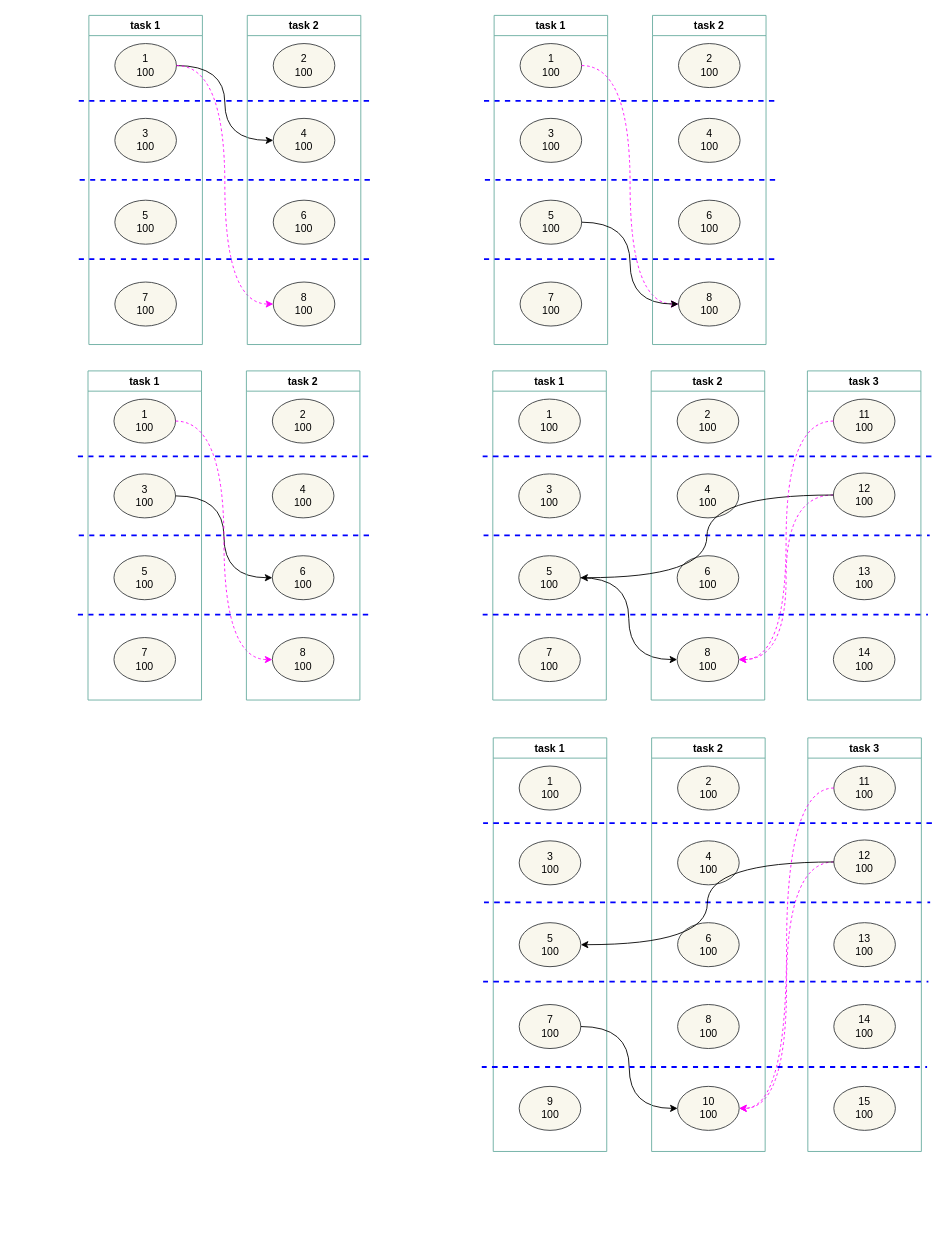
Dercury/CLDK keeps this draw.io diagram as SimplifyDependency.drawio. Above is the earlier version. Source tidied: cells renumbered, new cells numbered last; positions are measured from the earlier drawing's top-left corner, leaving out a move shared by most shapes. Both pictures are drawn from the tidied source at 88%, with x=0, y=0 at pixel (77, 15).
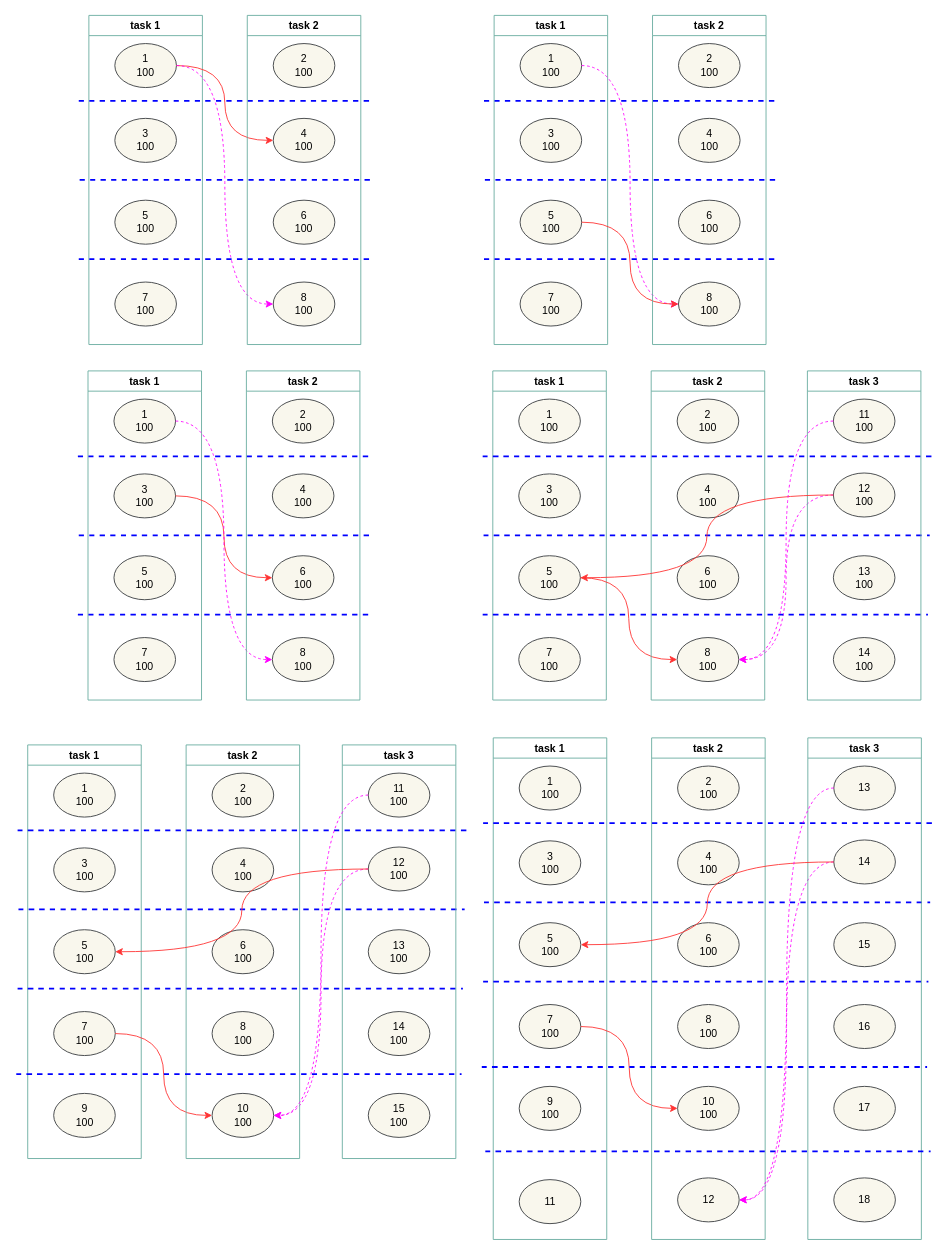
After the change.

The change refers to these unchanged cells:
```xml
<mxCell id="3" value="1&lt;br&gt;100" style="ellipse;whiteSpace=wrap;html=1;fillColor=#f9f7ed;strokeColor=#36393d;" parent="2" vertex="1">
  <mxGeometry x="29.5" y="32" width="70" height="50" as="geometry" />
</mxCell>
<mxCell id="14" value="4&lt;br&gt;100" style="ellipse;whiteSpace=wrap;html=1;fillColor=#f9f7ed;strokeColor=#36393d;" parent="12" vertex="1">
  <mxGeometry x="29.5" y="117" width="70" height="50" as="geometry" />
</mxCell>
<mxCell id="20" value="5&lt;br&gt;100" style="ellipse;whiteSpace=wrap;html=1;fillColor=#f9f7ed;strokeColor=#36393d;" parent="17" vertex="1">
  <mxGeometry x="29.5" y="210" width="70" height="50" as="geometry" />
</mxCell>
<mxCell id="31" value="8&lt;br&gt;100" style="ellipse;whiteSpace=wrap;html=1;fillColor=#f9f7ed;strokeColor=#36393d;" parent="27" vertex="1">
  <mxGeometry x="29.5" y="303" width="70" height="50" as="geometry" />
</mxCell>
<mxCell id="35" value="5&lt;br&gt;100" style="ellipse;whiteSpace=wrap;html=1;fillColor=#f9f7ed;strokeColor=#36393d;" parent="32" vertex="1">
  <mxGeometry x="29.5" y="210" width="70" height="50" as="geometry" />
</mxCell>
<mxCell id="46" value="8&lt;br&gt;100" style="ellipse;whiteSpace=wrap;html=1;fillColor=#f9f7ed;strokeColor=#36393d;" parent="42" vertex="1">
  <mxGeometry x="29.5" y="303" width="70" height="50" as="geometry" />
</mxCell>
<mxCell id="49" value="3&lt;br&gt;100" style="ellipse;whiteSpace=wrap;html=1;fillColor=#f9f7ed;strokeColor=#36393d;" parent="47" vertex="1">
  <mxGeometry x="29.5" y="117" width="70" height="50" as="geometry" />
</mxCell>
<mxCell id="60" value="6&lt;br&gt;100" style="ellipse;whiteSpace=wrap;html=1;fillColor=#f9f7ed;strokeColor=#36393d;" parent="57" vertex="1">
  <mxGeometry x="29.5" y="210" width="70" height="50" as="geometry" />
</mxCell>
<mxCell id="64" value="12&lt;br&gt;100" style="ellipse;whiteSpace=wrap;html=1;fillColor=#f9f7ed;strokeColor=#36393d;" parent="62" vertex="1">
  <mxGeometry x="29.5" y="116" width="70" height="50" as="geometry" />
</mxCell>
<mxCell id="72" value="5&lt;br&gt;100" style="ellipse;whiteSpace=wrap;html=1;fillColor=#f9f7ed;strokeColor=#36393d;" parent="69" vertex="1">
  <mxGeometry x="29.5" y="210" width="70" height="50" as="geometry" />
</mxCell>
<mxCell id="73" value="7&lt;br&gt;100" style="ellipse;whiteSpace=wrap;html=1;fillColor=#f9f7ed;strokeColor=#36393d;" parent="69" vertex="1">
  <mxGeometry x="29.5" y="303" width="70" height="50" as="geometry" />
</mxCell>
<mxCell id="85" value="10&lt;br&gt;100" style="ellipse;whiteSpace=wrap;html=1;fillColor=#f9f7ed;strokeColor=#36393d;" parent="80" vertex="1">
  <mxGeometry x="29.5" y="396" width="70" height="50" as="geometry" />
</mxCell>
```

Change to the diagram source:
```diff
@@
-    <mxCell id="7" style="edgeStyle=orthogonalEdgeStyle;curved=1;rounded=0;jettySize=auto;html=1;entryX=0;entryY=0.5;entryDx=0;entryDy=0;" parent="1" edge="1" source="3" target="14">
+    <mxCell id="7" style="edgeStyle=orthogonalEdgeStyle;curved=1;rounded=0;jettySize=auto;html=1;entryX=0;entryY=0.5;entryDx=0;entryDy=0;strokeColor=#FF3333;" parent="1" edge="1" source="3" target="14">
       <mxGeometry relative="1" as="geometry" />
     </mxCell>
@@
-    <mxCell id="23" style="edgeStyle=orthogonalEdgeStyle;curved=1;rounded=0;jettySize=auto;html=1;entryX=0;entryY=0.5;entryDx=0;entryDy=0;" parent="1" edge="1" source="20" target="31">
+    <mxCell id="23" style="edgeStyle=orthogonalEdgeStyle;curved=1;rounded=0;jettySize=auto;html=1;entryX=0;entryY=0.5;entryDx=0;entryDy=0;strokeColor=#FF3333;" parent="1" edge="1" source="20" target="31">
       <mxGeometry relative="1" as="geometry" />
     </mxCell>
@@
-    <mxCell id="38" style="edgeStyle=orthogonalEdgeStyle;curved=1;rounded=0;jettySize=auto;html=1;entryX=0;entryY=0.5;entryDx=0;entryDy=0;" parent="1" edge="1" source="35" target="46">
+    <mxCell id="38" style="edgeStyle=orthogonalEdgeStyle;curved=1;rounded=0;jettySize=auto;html=1;entryX=0;entryY=0.5;entryDx=0;entryDy=0;strokeColor=#FF3333;" parent="1" edge="1" source="35" target="46">
       <mxGeometry relative="1" as="geometry" />
     </mxCell>
@@
-    <mxCell id="52" style="edgeStyle=orthogonalEdgeStyle;curved=1;rounded=0;jettySize=auto;html=1;entryX=0;entryY=0.5;entryDx=0;entryDy=0;strokeColor=#000000;" parent="1" edge="1" source="49" target="60">
+    <mxCell id="52" style="edgeStyle=orthogonalEdgeStyle;curved=1;rounded=0;jettySize=auto;html=1;entryX=0;entryY=0.5;entryDx=0;entryDy=0;strokeColor=#FF3333;" parent="1" edge="1" source="49" target="60">
       <mxGeometry relative="1" as="geometry" />
     </mxCell>
@@
-    <mxCell id="67" style="edgeStyle=orthogonalEdgeStyle;rounded=0;jettySize=auto;html=1;exitX=0;exitY=0.5;exitDx=0;exitDy=0;shadow=0;sourcePerimeterSpacing=0;targetPerimeterSpacing=0;strokeColor=#000000;strokeWidth=1;fillColor=#A9C4EB;entryX=1;entryY=0.5;entryDx=0;entryDy=0;elbow=vertical;curved=1;" parent="1" edge="1" source="64" target="35">
+    <mxCell id="67" style="edgeStyle=orthogonalEdgeStyle;rounded=0;jettySize=auto;html=1;exitX=0;exitY=0.5;exitDx=0;exitDy=0;shadow=0;sourcePerimeterSpacing=0;targetPerimeterSpacing=0;strokeColor=#FF3333;strokeWidth=1;fillColor=#A9C4EB;entryX=1;entryY=0.5;entryDx=0;entryDy=0;elbow=vertical;curved=1;" parent="1" edge="1" source="64" target="35">
       <mxGeometry relative="1" as="geometry" />
     </mxCell>
@@
     <mxCell id="69" value="task 1" style="swimlane;fillColor=none;strokeColor=#67AB9F;" parent="1" vertex="1">
-      <mxGeometry x="472" y="821" width="129" height="470" as="geometry" />
+      <mxGeometry x="472" y="821" width="129" height="570" as="geometry" />
     </mxCell>
@@
+    <mxCell id="95" value="11" style="ellipse;whiteSpace=wrap;html=1;fillColor=#f9f7ed;strokeColor=#36393d;" parent="69" vertex="1">
+      <mxGeometry x="29.5" y="502" width="70" height="50" as="geometry" />
+    </mxCell>
-    <mxCell id="75" style="edgeStyle=orthogonalEdgeStyle;curved=1;rounded=0;jettySize=auto;html=1;entryX=1;entryY=0.5;entryDx=0;entryDy=0;strokeColor=#FF00FF;dashed=1;" parent="1" edge="1" source="88" target="85">
+    <mxCell id="75" style="edgeStyle=orthogonalEdgeStyle;curved=1;rounded=0;jettySize=auto;html=1;entryX=1;entryY=0.5;entryDx=0;entryDy=0;strokeColor=#FF00FF;dashed=1;" parent="1" edge="1" source="88" target="96">
       <mxGeometry relative="1" as="geometry" />
     </mxCell>
-    <mxCell id="76" style="edgeStyle=orthogonalEdgeStyle;curved=1;rounded=0;jettySize=auto;html=1;entryX=0;entryY=0.5;entryDx=0;entryDy=0;" parent="1" edge="1" source="73" target="85">
+    <mxCell id="76" style="edgeStyle=orthogonalEdgeStyle;curved=1;rounded=0;jettySize=auto;html=1;entryX=0;entryY=0.5;entryDx=0;entryDy=0;strokeColor=#FF3333;" parent="1" edge="1" source="73" target="85">
       <mxGeometry relative="1" as="geometry" />
     </mxCell>
@@
     <mxCell id="80" value="task 2" style="swimlane;fillColor=none;strokeColor=#67AB9F;" parent="1" vertex="1">
-      <mxGeometry x="652" y="821" width="129" height="470" as="geometry" />
+      <mxGeometry x="652" y="821" width="129" height="570" as="geometry" />
     </mxCell>
@@
+    <mxCell id="96" value="12" style="ellipse;whiteSpace=wrap;html=1;fillColor=#f9f7ed;strokeColor=#36393d;" parent="80" vertex="1">
+      <mxGeometry x="29.5" y="500" width="70" height="50" as="geometry" />
+    </mxCell>
     <mxCell id="86" value="task 3" style="swimlane;fillColor=none;strokeColor=#67AB9F;" parent="1" vertex="1">
-      <mxGeometry x="829.5" y="821" width="129" height="470" as="geometry" />
+      <mxGeometry x="829.5" y="821" width="129" height="570" as="geometry" />
     </mxCell>
-    <mxCell id="87" value="11&lt;br&gt;100" style="ellipse;whiteSpace=wrap;html=1;fillColor=#f9f7ed;strokeColor=#36393d;" parent="86" vertex="1">
+    <mxCell id="87" value="13" style="ellipse;whiteSpace=wrap;html=1;fillColor=#f9f7ed;strokeColor=#36393d;" parent="86" vertex="1">
       <mxGeometry x="29.5" y="32" width="70" height="50" as="geometry" />
     </mxCell>
-    <mxCell id="88" value="12&lt;br&gt;100" style="ellipse;whiteSpace=wrap;html=1;fillColor=#f9f7ed;strokeColor=#36393d;" parent="86" vertex="1">
+    <mxCell id="88" value="14" style="ellipse;whiteSpace=wrap;html=1;fillColor=#f9f7ed;strokeColor=#36393d;" parent="86" vertex="1">
       <mxGeometry x="29.5" y="116" width="70" height="50" as="geometry" />
     </mxCell>
-    <mxCell id="89" value="13&lt;br&gt;100" style="ellipse;whiteSpace=wrap;html=1;fillColor=#f9f7ed;strokeColor=#36393d;" parent="86" vertex="1">
+    <mxCell id="89" value="15" style="ellipse;whiteSpace=wrap;html=1;fillColor=#f9f7ed;strokeColor=#36393d;" parent="86" vertex="1">
       <mxGeometry x="29.5" y="210" width="70" height="50" as="geometry" />
     </mxCell>
-    <mxCell id="90" value="14&lt;br&gt;100" style="ellipse;whiteSpace=wrap;html=1;fillColor=#f9f7ed;strokeColor=#36393d;" parent="86" vertex="1">
+    <mxCell id="90" value="16" style="ellipse;whiteSpace=wrap;html=1;fillColor=#f9f7ed;strokeColor=#36393d;" parent="86" vertex="1">
       <mxGeometry x="29.5" y="303" width="70" height="50" as="geometry" />
     </mxCell>
-    <mxCell id="91" value="15&lt;br&gt;100" style="ellipse;whiteSpace=wrap;html=1;fillColor=#f9f7ed;strokeColor=#36393d;" parent="86" vertex="1">
+    <mxCell id="91" value="17" style="ellipse;whiteSpace=wrap;html=1;fillColor=#f9f7ed;strokeColor=#36393d;" parent="86" vertex="1">
       <mxGeometry x="29.5" y="396" width="70" height="50" as="geometry" />
     </mxCell>
+    <mxCell id="97" value="18" style="ellipse;whiteSpace=wrap;html=1;fillColor=#f9f7ed;strokeColor=#36393d;" parent="86" vertex="1">
+      <mxGeometry x="29.5" y="500" width="70" height="50" as="geometry" />
+    </mxCell>
-    <mxCell id="92" style="edgeStyle=orthogonalEdgeStyle;rounded=0;jettySize=auto;html=1;exitX=0;exitY=0.5;exitDx=0;exitDy=0;shadow=0;sourcePerimeterSpacing=0;targetPerimeterSpacing=0;strokeColor=#000000;strokeWidth=1;fillColor=#A9C4EB;entryX=1;entryY=0.5;entryDx=0;entryDy=0;elbow=vertical;curved=1;" parent="1" edge="1" source="88" target="72">
+    <mxCell id="92" style="edgeStyle=orthogonalEdgeStyle;rounded=0;jettySize=auto;html=1;exitX=0;exitY=0.5;exitDx=0;exitDy=0;shadow=0;sourcePerimeterSpacing=0;targetPerimeterSpacing=0;strokeColor=#FF3333;strokeWidth=1;fillColor=#A9C4EB;entryX=1;entryY=0.5;entryDx=0;entryDy=0;elbow=vertical;curved=1;" parent="1" edge="1" source="88" target="72">
       <mxGeometry relative="1" as="geometry" />
     </mxCell>
-    <mxCell id="93" style="edgeStyle=orthogonalEdgeStyle;curved=1;rounded=0;jettySize=auto;html=1;entryX=1;entryY=0.5;entryDx=0;entryDy=0;strokeColor=#FF00FF;dashed=1;exitX=0;exitY=0.5;exitDx=0;exitDy=0;" parent="1" edge="1" source="87" target="85">
-      <mxGeometry relative="1" as="geometry" />
-    </mxCell>
@@
+    <mxCell id="98" value="task 1" style="swimlane;fillColor=none;strokeColor=#67AB9F;" parent="1" vertex="1">
+      <mxGeometry x="-57" y="829" width="129" height="470" as="geometry" />
+    </mxCell>
+    <mxCell id="99" value="1&lt;br&gt;100" style="ellipse;whiteSpace=wrap;html=1;fillColor=#f9f7ed;strokeColor=#36393d;" parent="98" vertex="1">
+      <mxGeometry x="29.5" y="32" width="70" height="50" as="geometry" />
+    </mxCell>
+    <mxCell id="100" value="3&lt;br&gt;100" style="ellipse;whiteSpace=wrap;html=1;fillColor=#f9f7ed;strokeColor=#36393d;" parent="98" vertex="1">
+      <mxGeometry x="29.5" y="117" width="70" height="50" as="geometry" />
+    </mxCell>
+    <mxCell id="101" value="5&lt;br&gt;100" style="ellipse;whiteSpace=wrap;html=1;fillColor=#f9f7ed;strokeColor=#36393d;" parent="98" vertex="1">
+      <mxGeometry x="29.5" y="210" width="70" height="50" as="geometry" />
+    </mxCell>
+    <mxCell id="102" value="7&lt;br&gt;100" style="ellipse;whiteSpace=wrap;html=1;fillColor=#f9f7ed;strokeColor=#36393d;" parent="98" vertex="1">
+      <mxGeometry x="29.5" y="303" width="70" height="50" as="geometry" />
+    </mxCell>
+    <mxCell id="103" value="9&lt;br&gt;100" style="ellipse;whiteSpace=wrap;html=1;fillColor=#f9f7ed;strokeColor=#36393d;" parent="98" vertex="1">
+      <mxGeometry x="29.5" y="396" width="70" height="50" as="geometry" />
+    </mxCell>
+    <mxCell id="104" style="edgeStyle=orthogonalEdgeStyle;curved=1;rounded=0;jettySize=auto;html=1;entryX=1;entryY=0.5;entryDx=0;entryDy=0;strokeColor=#FF00FF;dashed=1;" parent="1" edge="1" source="117" target="114">
+      <mxGeometry relative="1" as="geometry" />
+    </mxCell>
+    <mxCell id="105" style="edgeStyle=orthogonalEdgeStyle;curved=1;rounded=0;jettySize=auto;html=1;entryX=0;entryY=0.5;entryDx=0;entryDy=0;strokeColor=#FF3333;" parent="1" edge="1" source="102" target="114">
+      <mxGeometry relative="1" as="geometry" />
+    </mxCell>
+    <mxCell id="106" style="endArrow=none;html=1;rounded=0;curved=1;dashed=1;strokeColor=#0000FF;strokeWidth=2;" parent="1" edge="1">
+      <mxGeometry relative="1" as="geometry">
+        <mxPoint x="-68.5" y="926" as="sourcePoint" />
+        <mxPoint x="442.5" y="926" as="targetPoint" />
+      </mxGeometry>
+    </mxCell>
+    <mxCell id="107" style="endArrow=none;html=1;rounded=0;curved=1;dashed=1;strokeColor=#0000FF;strokeWidth=2;" parent="1" edge="1">
+      <mxGeometry relative="1" as="geometry">
+        <mxPoint x="-67.5" y="1016" as="sourcePoint" />
+        <mxPoint x="439.5" y="1016" as="targetPoint" />
+      </mxGeometry>
+    </mxCell>
+    <mxCell id="108" style="endArrow=none;html=1;rounded=0;curved=1;dashed=1;strokeColor=#0000FF;strokeWidth=2;" parent="1" edge="1">
+      <mxGeometry relative="1" as="geometry">
+        <mxPoint x="-68.5" y="1106" as="sourcePoint" />
+        <mxPoint x="437.5" y="1106" as="targetPoint" />
+      </mxGeometry>
+    </mxCell>
+    <mxCell id="109" value="task 2" style="swimlane;fillColor=none;strokeColor=#67AB9F;" parent="1" vertex="1">
+      <mxGeometry x="123" y="829" width="129" height="470" as="geometry" />
+    </mxCell>
+    <mxCell id="110" value="2&lt;br&gt;100" style="ellipse;whiteSpace=wrap;html=1;fillColor=#f9f7ed;strokeColor=#36393d;" parent="109" vertex="1">
+      <mxGeometry x="29.5" y="32" width="70" height="50" as="geometry" />
+    </mxCell>
+    <mxCell id="111" value="4&lt;br&gt;100" style="ellipse;whiteSpace=wrap;html=1;fillColor=#f9f7ed;strokeColor=#36393d;" parent="109" vertex="1">
+      <mxGeometry x="29.5" y="117" width="70" height="50" as="geometry" />
+    </mxCell>
+    <mxCell id="112" value="6&lt;br&gt;100" style="ellipse;whiteSpace=wrap;html=1;fillColor=#f9f7ed;strokeColor=#36393d;" parent="109" vertex="1">
+      <mxGeometry x="29.5" y="210" width="70" height="50" as="geometry" />
+    </mxCell>
+    <mxCell id="113" value="8&lt;br&gt;100" style="ellipse;whiteSpace=wrap;html=1;fillColor=#f9f7ed;strokeColor=#36393d;" parent="109" vertex="1">
+      <mxGeometry x="29.5" y="303" width="70" height="50" as="geometry" />
+    </mxCell>
+    <mxCell id="114" value="10&lt;br&gt;100" style="ellipse;whiteSpace=wrap;html=1;fillColor=#f9f7ed;strokeColor=#36393d;" parent="109" vertex="1">
+      <mxGeometry x="29.5" y="396" width="70" height="50" as="geometry" />
+    </mxCell>
+    <mxCell id="115" value="task 3" style="swimlane;fillColor=none;strokeColor=#67AB9F;" parent="1" vertex="1">
+      <mxGeometry x="300.5" y="829" width="129" height="470" as="geometry" />
+    </mxCell>
+    <mxCell id="116" value="11&lt;br&gt;100" style="ellipse;whiteSpace=wrap;html=1;fillColor=#f9f7ed;strokeColor=#36393d;" parent="115" vertex="1">
+      <mxGeometry x="29.5" y="32" width="70" height="50" as="geometry" />
+    </mxCell>
+    <mxCell id="117" value="12&lt;br&gt;100" style="ellipse;whiteSpace=wrap;html=1;fillColor=#f9f7ed;strokeColor=#36393d;" parent="115" vertex="1">
+      <mxGeometry x="29.5" y="116" width="70" height="50" as="geometry" />
+    </mxCell>
+    <mxCell id="118" value="13&lt;br&gt;100" style="ellipse;whiteSpace=wrap;html=1;fillColor=#f9f7ed;strokeColor=#36393d;" parent="115" vertex="1">
+      <mxGeometry x="29.5" y="210" width="70" height="50" as="geometry" />
+    </mxCell>
+    <mxCell id="119" value="14&lt;br&gt;100" style="ellipse;whiteSpace=wrap;html=1;fillColor=#f9f7ed;strokeColor=#36393d;" parent="115" vertex="1">
+      <mxGeometry x="29.5" y="303" width="70" height="50" as="geometry" />
+    </mxCell>
+    <mxCell id="120" value="15&lt;br&gt;100" style="ellipse;whiteSpace=wrap;html=1;fillColor=#f9f7ed;strokeColor=#36393d;" parent="115" vertex="1">
+      <mxGeometry x="29.5" y="396" width="70" height="50" as="geometry" />
+    </mxCell>
+    <mxCell id="121" style="edgeStyle=orthogonalEdgeStyle;rounded=0;jettySize=auto;html=1;exitX=0;exitY=0.5;exitDx=0;exitDy=0;shadow=0;sourcePerimeterSpacing=0;targetPerimeterSpacing=0;strokeColor=#FF3333;strokeWidth=1;fillColor=#A9C4EB;entryX=1;entryY=0.5;entryDx=0;entryDy=0;elbow=vertical;curved=1;" parent="1" edge="1" source="117" target="101">
+      <mxGeometry relative="1" as="geometry" />
+    </mxCell>
+    <mxCell id="122" style="edgeStyle=orthogonalEdgeStyle;curved=1;rounded=0;jettySize=auto;html=1;entryX=1;entryY=0.5;entryDx=0;entryDy=0;strokeColor=#FF00FF;dashed=1;exitX=0;exitY=0.5;exitDx=0;exitDy=0;" parent="1" edge="1" source="116" target="114">
+      <mxGeometry relative="1" as="geometry" />
+    </mxCell>
+    <mxCell id="123" style="endArrow=none;html=1;rounded=0;curved=1;dashed=1;strokeColor=#0000FF;strokeWidth=2;" parent="1" edge="1">
+      <mxGeometry relative="1" as="geometry">
+        <mxPoint x="-70" y="1203" as="sourcePoint" />
+        <mxPoint x="436" y="1203" as="targetPoint" />
+      </mxGeometry>
+    </mxCell>
+    <mxCell id="124" style="endArrow=none;html=1;rounded=0;curved=1;dashed=1;strokeColor=#0000FF;strokeWidth=2;" parent="1" edge="1">
+      <mxGeometry relative="1" as="geometry">
+        <mxPoint x="463" y="1291" as="sourcePoint" />
+        <mxPoint x="969" y="1291" as="targetPoint" />
+      </mxGeometry>
+    </mxCell>
+    <mxCell id="125" style="edgeStyle=orthogonalEdgeStyle;curved=1;rounded=0;jettySize=auto;html=1;entryX=1;entryY=0.5;entryDx=0;entryDy=0;strokeColor=#FF00FF;dashed=1;exitX=0;exitY=0.5;exitDx=0;exitDy=0;" parent="1" edge="1" source="87" target="96">
+      <mxGeometry relative="1" as="geometry" />
+    </mxCell>
```
